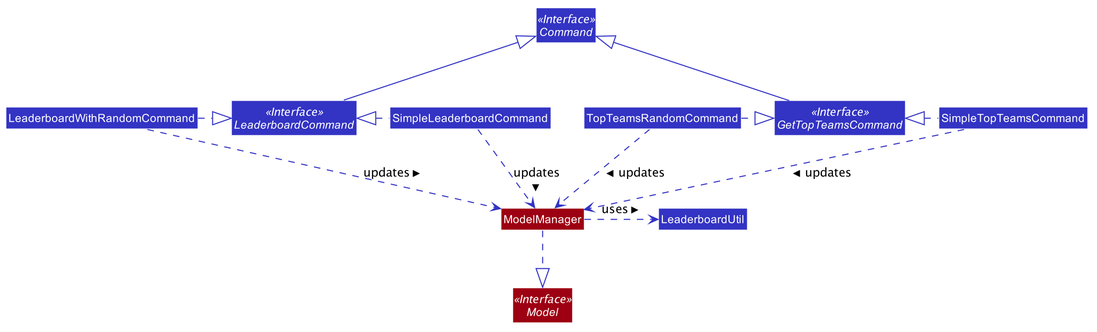
Above: docs/images/LeaderBoardClassDiagram.png in AY1920S1-CS2103T-F11-1/main (PlantUML), before the change.
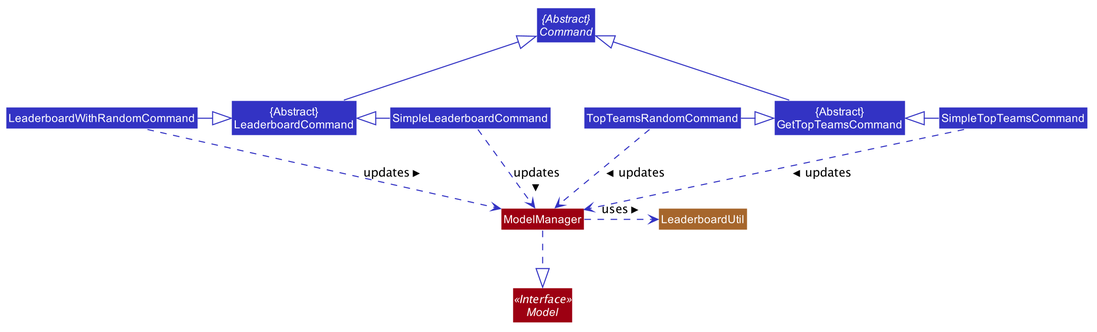
Above is the later version.

Change to the diagram source:
```diff
@@ -1,4 +1,5 @@
 @startuml
+
 
 
 
@@ -51,23 +52,26 @@
 skinparam arrowColor #3333C4
 skinparam classBackgroundColor #3333C4
 
-Interface LeaderboardCommand <<Interface>>
-Interface GetTopTeamsCommand <<Interface>>
+Class "{Abstract}\nLeaderboardCommand" as LeaderboardCommand
+
+Class "{Abstract}\nGetTopTeamsCommand" as GetTopTeamsCommand
+
 Interface Model <<Interface>> #9D0012
-Interface Command <<Interface>>
+
+Abstract Class "{Abstract}\nCommand" as Command
 
 Class SimpleLeaderboardCommand
 Class LeaderboardWithRandomCommand
 Class SimpleTopTeamsCommand
 Class TopTeamsRandomCommand
 Class ModelManager #9D0012
-Class LeaderboardUtil
+Class LeaderboardUtil #A6662C
 
-SimpleLeaderboardCommand .left.|> LeaderboardCommand
-LeaderboardWithRandomCommand .right.|> LeaderboardCommand
+SimpleLeaderboardCommand -left-|> LeaderboardCommand
+LeaderboardWithRandomCommand -right-|> LeaderboardCommand
 
-SimpleTopTeamsCommand .left.|> GetTopTeamsCommand
-TopTeamsRandomCommand .right.|> GetTopTeamsCommand
+SimpleTopTeamsCommand -left-|> GetTopTeamsCommand
+TopTeamsRandomCommand -right-|> GetTopTeamsCommand
 ModelManager .down.|> Model
 
 LeaderboardCommand -up-|> Command
```
